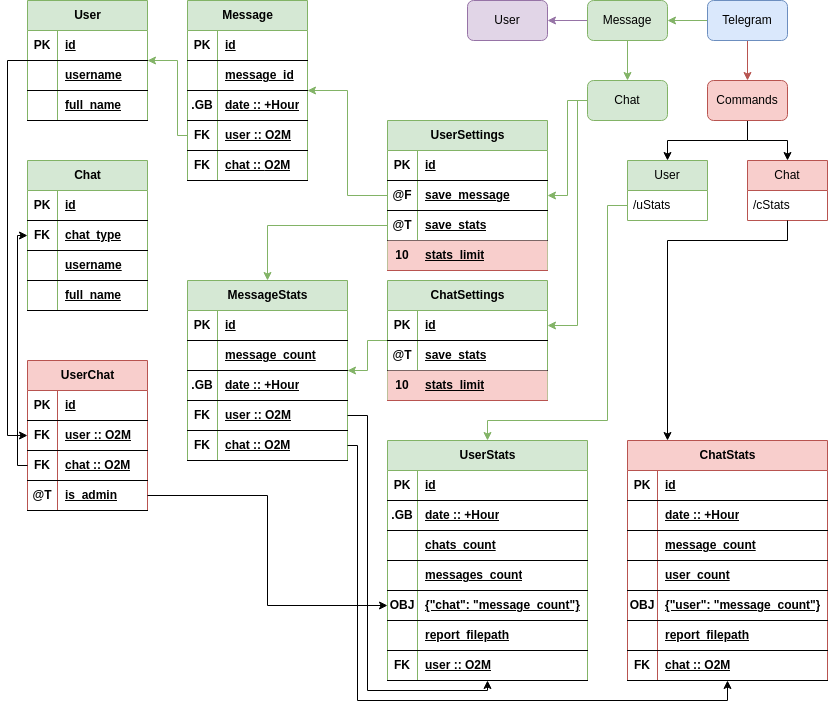
This is static/readme/TgBot.png from sh1chan/SmallToolBox, a draw.io export, as it was before one commit. Source tidied: cells renumbered, new cells last; positions are measured from the earlier drawing's top-left corner, leaving out a move shared by most shapes.
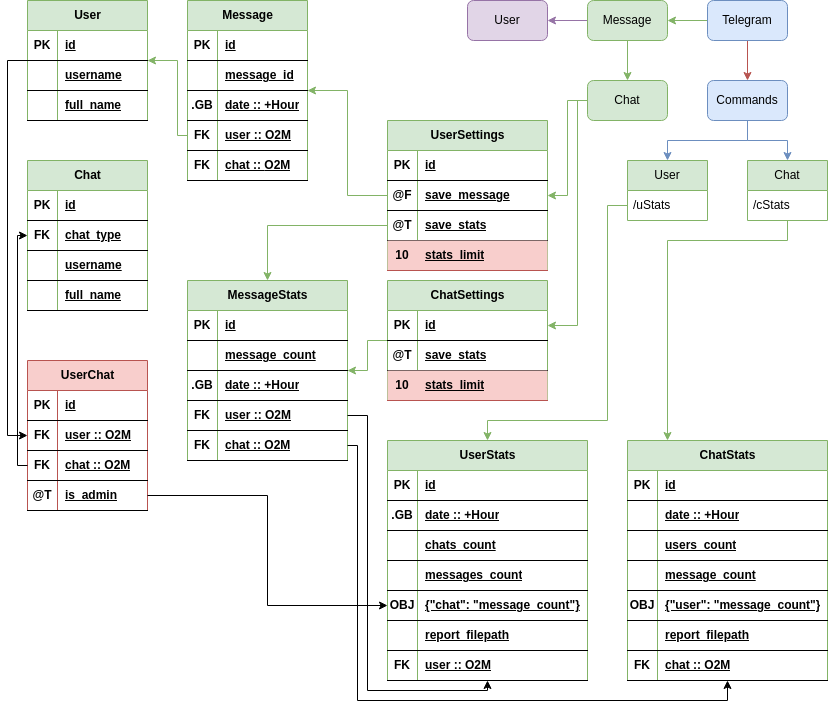
The same diagram one commit later.

What changed in the source:
```diff
@@ -297,13 +297,13 @@
     <mxCell id="92" value="Message" style="whiteSpace=wrap;html=1;rounded=1;fillColor=#d5e8d4;strokeColor=#82b366;" parent="1" vertex="1">
       <mxGeometry x="580" width="80" height="40" as="geometry" />
     </mxCell>
-    <mxCell id="93" style="edgeStyle=orthogonalEdgeStyle;rounded=0;jettySize=auto;html=1;" parent="1" edge="1" source="95" target="144">
+    <mxCell id="93" style="edgeStyle=orthogonalEdgeStyle;rounded=0;jettySize=auto;html=1;fillColor=#dae8fc;strokeColor=#6c8ebf;" parent="1" edge="1" source="95" target="144">
       <mxGeometry relative="1" as="geometry" />
     </mxCell>
-    <mxCell id="94" style="edgeStyle=orthogonalEdgeStyle;rounded=0;jettySize=auto;html=1;" parent="1" edge="1" source="95" target="146">
+    <mxCell id="94" style="edgeStyle=orthogonalEdgeStyle;rounded=0;jettySize=auto;html=1;fillColor=#dae8fc;strokeColor=#6c8ebf;" parent="1" edge="1" source="95" target="146">
       <mxGeometry relative="1" as="geometry" />
     </mxCell>
-    <mxCell id="95" value="Commands" style="whiteSpace=wrap;html=1;rounded=1;fillColor=#f8cecc;strokeColor=#b85450;" parent="1" vertex="1">
+    <mxCell id="95" value="Commands" style="whiteSpace=wrap;html=1;rounded=1;fillColor=#dae8fc;strokeColor=#6c8ebf;" parent="1" vertex="1">
       <mxGeometry x="700" y="80" width="80" height="40" as="geometry" />
     </mxCell>
     <mxCell id="96" style="edgeStyle=orthogonalEdgeStyle;rounded=0;jettySize=auto;html=1;fillColor=#d5e8d4;strokeColor=#82b366;" parent="1" edge="1" source="98" target="44">
@@ -389,7 +389,7 @@
     <mxCell id="121" value="user :: O2M" style="shape=partialRectangle;fillColor=none;top=0;left=0;bottom=0;right=0;align=left;spacingLeft=6;fontStyle=5;overflow=hidden;whiteSpace=wrap;html=1;" parent="119" vertex="1">
       <mxGeometry x="30" width="170" height="30" as="geometry" />
     </mxCell>
-    <mxCell id="122" value="ChatStats" style="shape=table;startSize=30;rowLines=0;fontStyle=1;align=center;html=1;fillColor=#f8cecc;strokeColor=#b85450;" parent="1" vertex="1">
+    <mxCell id="122" value="ChatStats" style="shape=table;startSize=30;rowLines=0;fontStyle=1;align=center;html=1;fillColor=#d5e8d4;strokeColor=#82b366;" parent="1" vertex="1">
       <mxGeometry x="620" y="440" width="200" height="240" as="geometry" />
     </mxCell>
     <mxCell id="123" style="shape=tableRow;horizontal=0;startSize=0;swimlaneHead=0;swimlaneBody=0;fillColor=none;top=0;left=0;right=0;bottom=1;" parent="122" vertex="1">
@@ -416,7 +416,7 @@
     <mxCell id="130" style="shape=partialRectangle;fillColor=none;top=0;left=0;bottom=0;right=0;fontStyle=1;overflow=hidden;whiteSpace=wrap;html=1;" parent="129" vertex="1">
       <mxGeometry width="30" height="30" as="geometry" />
     </mxCell>
-    <mxCell id="131" value="message_count" style="shape=partialRectangle;fillColor=none;top=0;left=0;bottom=0;right=0;align=left;spacingLeft=6;fontStyle=5;overflow=hidden;whiteSpace=wrap;html=1;" parent="129" vertex="1">
+    <mxCell id="131" value="users_count" style="shape=partialRectangle;fillColor=none;top=0;left=0;bottom=0;right=0;align=left;spacingLeft=6;fontStyle=5;overflow=hidden;whiteSpace=wrap;html=1;" parent="129" vertex="1">
       <mxGeometry x="30" width="170" height="30" as="geometry" />
     </mxCell>
     <mxCell id="132" style="shape=tableRow;horizontal=0;startSize=0;swimlaneHead=0;swimlaneBody=0;fillColor=none;top=0;left=0;right=0;bottom=1;" parent="122" vertex="1">
@@ -425,7 +425,7 @@
     <mxCell id="133" style="shape=partialRectangle;fillColor=none;top=0;left=0;bottom=0;right=0;fontStyle=1;overflow=hidden;whiteSpace=wrap;html=1;" parent="132" vertex="1">
       <mxGeometry width="30" height="30" as="geometry" />
     </mxCell>
-    <mxCell id="134" value="user_count" style="shape=partialRectangle;fillColor=none;top=0;left=0;bottom=0;right=0;align=left;spacingLeft=6;fontStyle=5;overflow=hidden;whiteSpace=wrap;html=1;" parent="132" vertex="1">
+    <mxCell id="134" value="message_count" style="shape=partialRectangle;fillColor=none;top=0;left=0;bottom=0;right=0;align=left;spacingLeft=6;fontStyle=5;overflow=hidden;whiteSpace=wrap;html=1;" parent="132" vertex="1">
       <mxGeometry x="30" width="170" height="30" as="geometry" />
     </mxCell>
     <mxCell id="135" style="shape=tableRow;horizontal=0;startSize=0;swimlaneHead=0;swimlaneBody=0;fillColor=none;top=0;left=0;right=0;bottom=1;" parent="122" vertex="1">
@@ -461,13 +461,13 @@
     <mxCell id="145" value="/uStats" style="text;strokeColor=none;fillColor=none;align=left;verticalAlign=middle;spacingLeft=4;spacingRight=4;overflow=hidden;points=[[0,0.5],[1,0.5]];portConstraint=eastwest;whiteSpace=wrap;html=1;" parent="144" vertex="1">
       <mxGeometry y="30" width="80" height="30" as="geometry" />
     </mxCell>
-    <mxCell id="146" value="Chat" style="swimlane;fontStyle=0;horizontal=1;startSize=30;whiteSpace=wrap;html=1;fillColor=#f8cecc;strokeColor=#b85450;" parent="1" vertex="1">
+    <mxCell id="146" value="Chat" style="swimlane;fontStyle=0;horizontal=1;startSize=30;whiteSpace=wrap;html=1;fillColor=#d5e8d4;strokeColor=#82b366;" parent="1" vertex="1">
       <mxGeometry x="740" y="160" width="80" height="60" as="geometry" />
     </mxCell>
     <mxCell id="147" value="/cStats" style="text;strokeColor=none;fillColor=none;align=left;verticalAlign=middle;spacingLeft=4;spacingRight=4;overflow=hidden;points=[[0,0.5],[1,0.5]];portConstraint=eastwest;whiteSpace=wrap;html=1;" parent="146" vertex="1">
       <mxGeometry y="30" width="80" height="30" as="geometry" />
     </mxCell>
-    <mxCell id="148" style="edgeStyle=orthogonalEdgeStyle;rounded=0;jettySize=auto;html=1;" parent="1" edge="1" source="147" target="122">
+    <mxCell id="148" style="edgeStyle=orthogonalEdgeStyle;rounded=0;jettySize=auto;html=1;fillColor=#d5e8d4;strokeColor=#82b366;" parent="1" edge="1" source="147" target="122">
       <mxGeometry relative="1" as="geometry">
         <Array as="points">
           <mxPoint x="780" y="240" />
```
